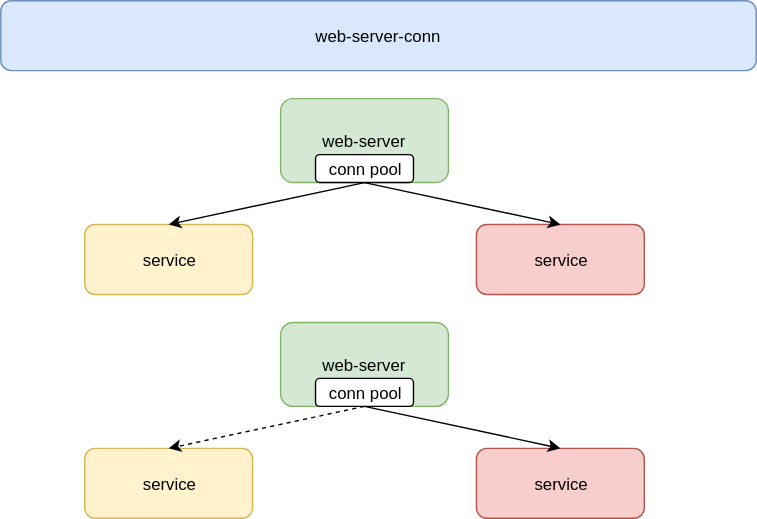
cd-home/Root keeps this draw.io diagram as 19-基础设施/00-网关/00-Nginx/images/conn.svg. Above is the earlier version. Source tidied: cells renumbered, new cells last; positions are measured from the earlier drawing's top-left corner, leaving out a move shared by most shapes. Source of this version:
```xml
<mxGraphModel>
  <root>
    <mxCell id="0" />
    <mxCell id="1" parent="0" />
    <mxCell id="2" value="web-server-conn" style="rounded=1;whiteSpace=wrap;html=1;fillColor=#dae8fc;strokeColor=#6c8ebf;" parent="1" vertex="1">
      <mxGeometry width="540" height="50" as="geometry" />
    </mxCell>
    <mxCell id="3" value="web-server" style="rounded=1;whiteSpace=wrap;html=1;fillColor=#d5e8d4;strokeColor=#82b366;" parent="1" vertex="1">
      <mxGeometry x="200" y="70" width="120" height="60" as="geometry" />
    </mxCell>
    <mxCell id="4" value="service" style="rounded=1;whiteSpace=wrap;html=1;fillColor=#f8cecc;strokeColor=#b85450;" parent="1" vertex="1">
      <mxGeometry x="340" y="160" width="120" height="50" as="geometry" />
    </mxCell>
    <mxCell id="5" value="service" style="rounded=1;whiteSpace=wrap;html=1;fillColor=#fff2cc;strokeColor=#d6b656;" parent="1" vertex="1">
      <mxGeometry x="60" y="160" width="120" height="50" as="geometry" />
    </mxCell>
    <mxCell id="6" style="endArrow=classic;html=1;exitX=0.5;exitY=1;exitDx=0;exitDy=0;entryX=0.5;entryY=0;entryDx=0;entryDy=0;" parent="1" edge="1" source="3" target="5">
      <mxGeometry relative="1" as="geometry" />
    </mxCell>
    <mxCell id="7" style="endArrow=classic;html=1;exitX=0.5;exitY=1;exitDx=0;exitDy=0;entryX=0.5;entryY=0;entryDx=0;entryDy=0;" parent="1" edge="1" source="3" target="4">
      <mxGeometry relative="1" as="geometry" />
    </mxCell>
    <mxCell id="8" value="conn pool" style="rounded=1;whiteSpace=wrap;html=1;" parent="1" vertex="1">
      <mxGeometry x="225" y="110" width="70" height="20" as="geometry" />
    </mxCell>
    <mxCell id="9" value="web-server" style="rounded=1;whiteSpace=wrap;html=1;fillColor=#d5e8d4;strokeColor=#82b366;" parent="1" vertex="1">
      <mxGeometry x="200" y="230" width="120" height="60" as="geometry" />
    </mxCell>
    <mxCell id="10" value="service" style="rounded=1;whiteSpace=wrap;html=1;fillColor=#f8cecc;strokeColor=#b85450;" parent="1" vertex="1">
      <mxGeometry x="340" y="320" width="120" height="50" as="geometry" />
    </mxCell>
    <mxCell id="11" value="service" style="rounded=1;whiteSpace=wrap;html=1;fillColor=#fff2cc;strokeColor=#d6b656;" parent="1" vertex="1">
      <mxGeometry x="60" y="320" width="120" height="50" as="geometry" />
    </mxCell>
    <mxCell id="12" style="endArrow=classic;html=1;exitX=0.5;exitY=1;exitDx=0;exitDy=0;entryX=0.5;entryY=0;entryDx=0;entryDy=0;dashed=1;" parent="1" edge="1" source="9" target="11">
      <mxGeometry relative="1" as="geometry" />
    </mxCell>
    <mxCell id="13" style="endArrow=classic;html=1;exitX=0.5;exitY=1;exitDx=0;exitDy=0;entryX=0.5;entryY=0;entryDx=0;entryDy=0;" parent="1" edge="1" source="9" target="10">
      <mxGeometry relative="1" as="geometry" />
    </mxCell>
    <mxCell id="14" value="conn pool" style="rounded=1;whiteSpace=wrap;html=1;" parent="1" vertex="1">
      <mxGeometry x="225" y="270" width="70" height="20" as="geometry" />
    </mxCell>
  </root>
</mxGraphModel>
```
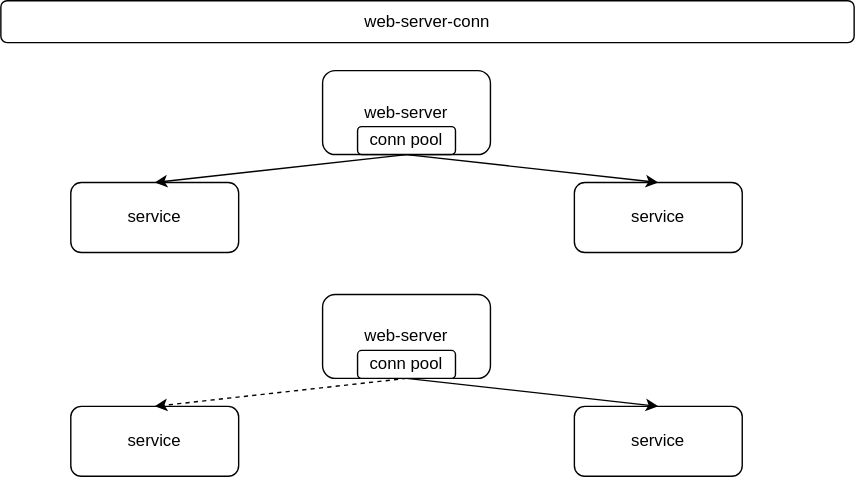
After the commit.

Diff of the diagram source:
```diff
@@ -2,17 +2,17 @@
   <root>
     <mxCell id="0" />
     <mxCell id="1" parent="0" />
-    <mxCell id="2" value="web-server-conn" style="rounded=1;whiteSpace=wrap;html=1;fillColor=#dae8fc;strokeColor=#6c8ebf;" parent="1" vertex="1">
-      <mxGeometry width="540" height="50" as="geometry" />
+    <mxCell id="2" value="web-server-conn" style="rounded=1;whiteSpace=wrap;html=1;" parent="1" vertex="1">
+      <mxGeometry x="-30" y="20" width="610" height="30" as="geometry" />
     </mxCell>
-    <mxCell id="3" value="web-server" style="rounded=1;whiteSpace=wrap;html=1;fillColor=#d5e8d4;strokeColor=#82b366;" parent="1" vertex="1">
+    <mxCell id="3" value="web-server" style="rounded=1;whiteSpace=wrap;html=1;" parent="1" vertex="1">
       <mxGeometry x="200" y="70" width="120" height="60" as="geometry" />
     </mxCell>
-    <mxCell id="4" value="service" style="rounded=1;whiteSpace=wrap;html=1;fillColor=#f8cecc;strokeColor=#b85450;" parent="1" vertex="1">
-      <mxGeometry x="340" y="160" width="120" height="50" as="geometry" />
+    <mxCell id="4" value="service" style="rounded=1;whiteSpace=wrap;html=1;" parent="1" vertex="1">
+      <mxGeometry x="380" y="150" width="120" height="50" as="geometry" />
     </mxCell>
-    <mxCell id="5" value="service" style="rounded=1;whiteSpace=wrap;html=1;fillColor=#fff2cc;strokeColor=#d6b656;" parent="1" vertex="1">
-      <mxGeometry x="60" y="160" width="120" height="50" as="geometry" />
+    <mxCell id="5" value="service" style="rounded=1;whiteSpace=wrap;html=1;" parent="1" vertex="1">
+      <mxGeometry x="20" y="150" width="120" height="50" as="geometry" />
     </mxCell>
     <mxCell id="6" style="endArrow=classic;html=1;exitX=0.5;exitY=1;exitDx=0;exitDy=0;entryX=0.5;entryY=0;entryDx=0;entryDy=0;" parent="1" edge="1" source="3" target="5">
       <mxGeometry relative="1" as="geometry" />
@@ -23,14 +23,14 @@
     <mxCell id="8" value="conn pool" style="rounded=1;whiteSpace=wrap;html=1;" parent="1" vertex="1">
       <mxGeometry x="225" y="110" width="70" height="20" as="geometry" />
     </mxCell>
-    <mxCell id="9" value="web-server" style="rounded=1;whiteSpace=wrap;html=1;fillColor=#d5e8d4;strokeColor=#82b366;" parent="1" vertex="1">
+    <mxCell id="9" value="web-server" style="rounded=1;whiteSpace=wrap;html=1;" parent="1" vertex="1">
       <mxGeometry x="200" y="230" width="120" height="60" as="geometry" />
     </mxCell>
-    <mxCell id="10" value="service" style="rounded=1;whiteSpace=wrap;html=1;fillColor=#f8cecc;strokeColor=#b85450;" parent="1" vertex="1">
-      <mxGeometry x="340" y="320" width="120" height="50" as="geometry" />
+    <mxCell id="10" value="service" style="rounded=1;whiteSpace=wrap;html=1;" parent="1" vertex="1">
+      <mxGeometry x="380" y="310" width="120" height="50" as="geometry" />
     </mxCell>
-    <mxCell id="11" value="service" style="rounded=1;whiteSpace=wrap;html=1;fillColor=#fff2cc;strokeColor=#d6b656;" parent="1" vertex="1">
-      <mxGeometry x="60" y="320" width="120" height="50" as="geometry" />
+    <mxCell id="11" value="service" style="rounded=1;whiteSpace=wrap;html=1;" parent="1" vertex="1">
+      <mxGeometry x="20" y="310" width="120" height="50" as="geometry" />
     </mxCell>
     <mxCell id="12" style="endArrow=classic;html=1;exitX=0.5;exitY=1;exitDx=0;exitDy=0;entryX=0.5;entryY=0;entryDx=0;entryDy=0;dashed=1;" parent="1" edge="1" source="9" target="11">
       <mxGeometry relative="1" as="geometry" />
```
